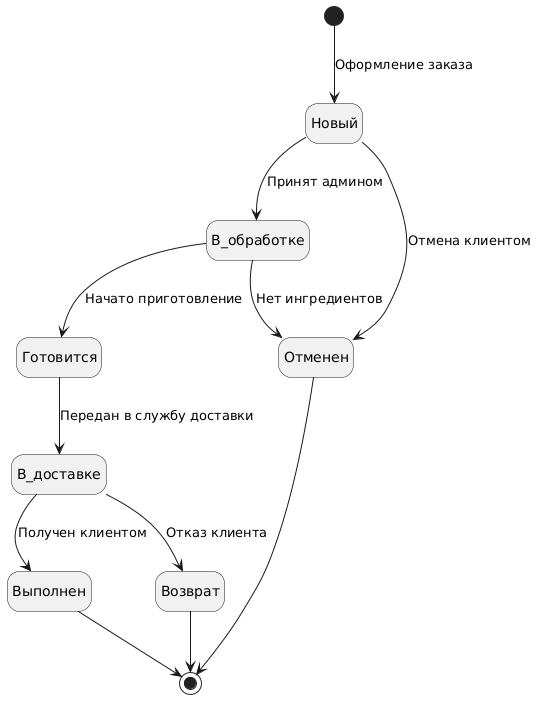
Before: uml/uml/images/State.png, a diagram exported from PlantUML (viosolo/SDLC).
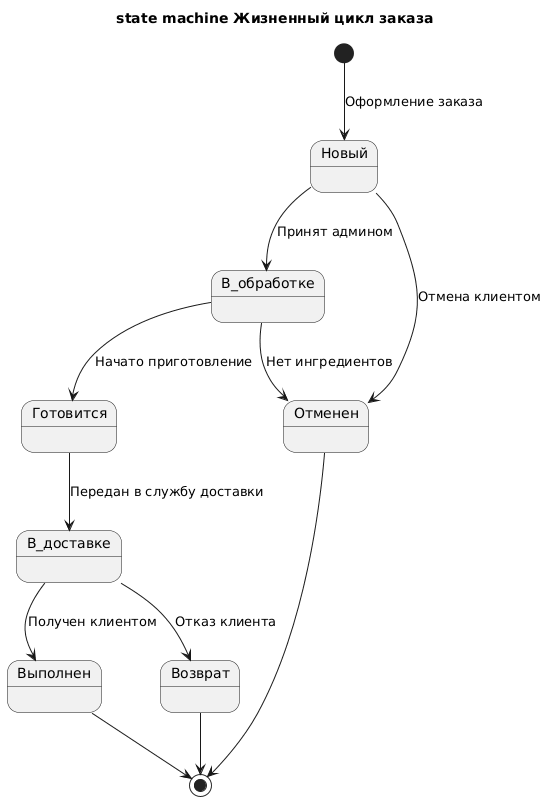
The same diagram one commit later.

The edit, as a diff of the source:
```diff
@@ -1,10 +1,16 @@
 @startuml
-skinparam monochrome true
-skinparam shadowing false
-hide empty description
+title state machine Жизненный цикл заказа
+
+
+state "Новый" as Новый :
+state "В_обработке" as В_обработке :
+state "Готовится" as Готовится :
+state "В_доставке" as В_доставке :
+state "Выполнен" as Выполнен :
+state "Возврат" as Возврат :
+state "Отменен" as Отменен :
 
 [*] --> Новый : Оформление заказа
-
 Новый --> В_обработке : Принят админом
 Новый --> Отменен : Отмена клиентом
 
@@ -17,6 +23,6 @@
 В_доставке --> Возврат : Отказ клиента
 
 Выполнен --> [*]
+Возврат --> [*]
 Отменен --> [*]
-Возврат --> [*]
 @enduml
```
